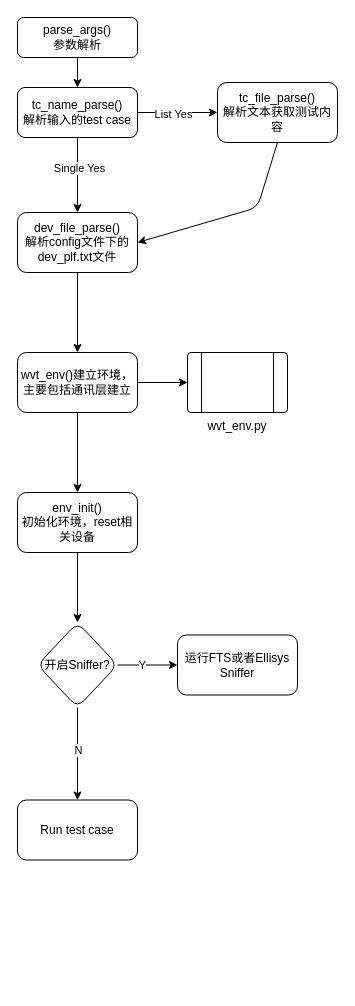
The draw.io diagram Warrior/wvt.drawio in MrainFly/WarIV, before the edit. Source tidied: cells renumbered, new cells numbered last; positions are measured from the earlier drawing's top-left corner, leaving out a move shared by most shapes. Both pictures are drawn from the tidied source at 100%, with x=0, y=0 at pixel (17, 17).
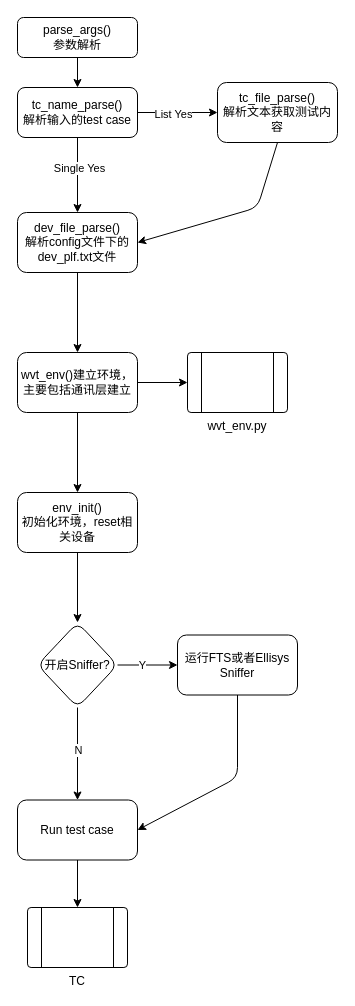
The same page after the edit.

Unchanged cells that the change refers to:
```xml
<mxCell id="24" value="运行FTS或者Ellisys Sniffer" style="whiteSpace=wrap;html=1;rounded=1;shadow=0;strokeWidth=1;glass=0;" parent="1" vertex="1">
  <mxGeometry x="160" y="617.5" width="120" height="60" as="geometry" />
</mxCell>
<mxCell id="25" value="Run test case" style="whiteSpace=wrap;html=1;rounded=1;shadow=0;strokeWidth=1;glass=0;" parent="1" vertex="1">
  <mxGeometry y="782.5" width="120" height="60" as="geometry" />
</mxCell>
```

Diff of the diagram source:
```diff
@@
+    <mxCell id="26" style="edgeStyle=orthogonalEdgeStyle;rounded=0;jettySize=auto;html=1;" parent="1" edge="1" source="25" target="27">
+      <mxGeometry relative="1" as="geometry" />
+    </mxCell>
@@
+    <mxCell id="27" value="TC" style="verticalLabelPosition=bottom;verticalAlign=top;html=1;shape=process;whiteSpace=wrap;rounded=1;size=0.14;arcSize=6;" parent="1" vertex="1">
+      <mxGeometry x="10" y="890" width="100" height="60" as="geometry" />
+    </mxCell>
+    <mxCell id="28" style="endArrow=classic;html=1;exitX=0.5;exitY=1;exitDx=0;exitDy=0;entryX=1;entryY=0.5;entryDx=0;entryDy=0;" parent="1" edge="1" source="24" target="25">
+      <mxGeometry relative="1" as="geometry">
+        <Array as="points">
+          <mxPoint x="220" y="760" />
+        </Array>
+      </mxGeometry>
+    </mxCell>
```
